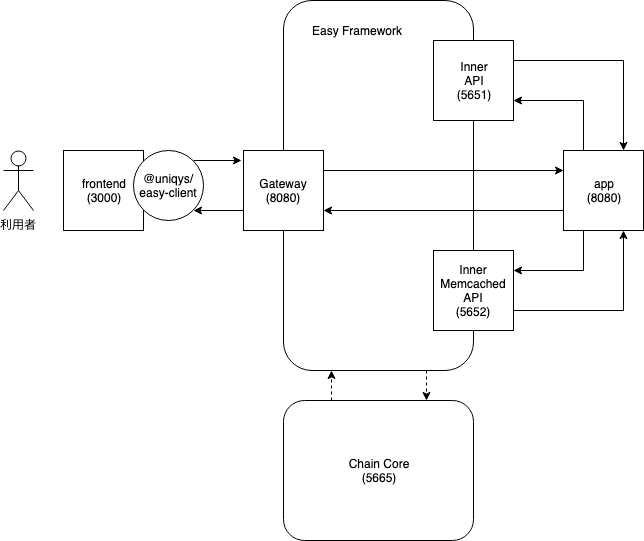
Earlier version of the draw.io export docs/img/Uniqys.png (uniqys/UniqysKitTutorial). Source tidied: cells renumbered, new cells last; positions are measured from the earlier drawing's top-left corner, leaving out a move shared by most shapes.
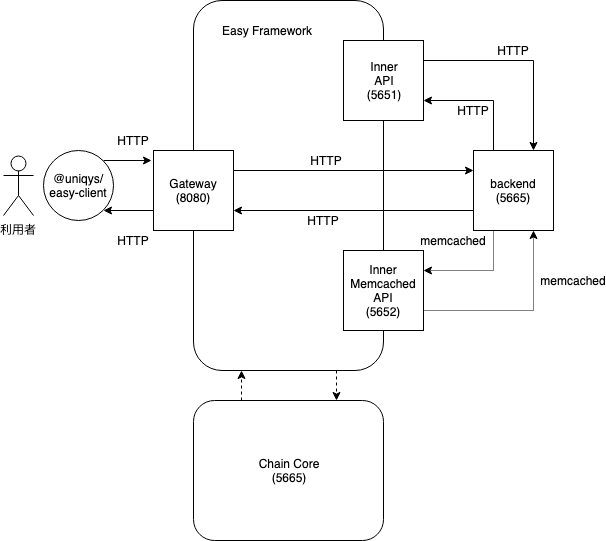
After the change.

What changed in the source:
```diff
@@ -3,11 +3,8 @@
     <mxCell id="0" />
     <mxCell id="1" parent="0" />
     <mxCell id="2" value="利用者" style="shape=umlActor;verticalLabelPosition=bottom;labelBackgroundColor=#ffffff;verticalAlign=top;html=1;" parent="1" vertex="1">
-      <mxGeometry y="150" width="30" height="60" as="geometry" />
+      <mxGeometry x="90" y="155" width="30" height="60" as="geometry" />
     </mxCell>
-    <mxCell id="3" value="frontend&lt;br&gt;(3000)&lt;br&gt;" style="whiteSpace=wrap;html=1;" parent="1" vertex="1">
-      <mxGeometry x="60" y="150" width="80" height="80" as="geometry" />
-    </mxCell>
     <mxCell id="4" style="edgeStyle=orthogonalEdgeStyle;rounded=0;jettySize=auto;html=1;exitX=1;exitY=0;exitDx=0;exitDy=0;entryX=-0.025;entryY=0.125;entryDx=0;entryDy=0;entryPerimeter=0;" parent="1" edge="1" source="5" target="11">
       <mxGeometry relative="1" as="geometry" />
     </mxCell>
@@ -38,7 +35,7 @@
     <mxCell id="13" value="Inner&lt;br&gt;API&lt;br&gt;(5651)&lt;br&gt;" style="whiteSpace=wrap;html=1;" parent="1" vertex="1">
       <mxGeometry x="430" y="40" width="80" height="80" as="geometry" />
     </mxCell>
-    <mxCell id="14" style="edgeStyle=orthogonalEdgeStyle;rounded=0;jettySize=auto;html=1;exitX=1;exitY=0.75;exitDx=0;exitDy=0;entryX=0.75;entryY=1;entryDx=0;entryDy=0;" parent="1" edge="1" source="15" target="19">
+    <mxCell id="14" style="edgeStyle=orthogonalEdgeStyle;rounded=0;jettySize=auto;html=1;exitX=1;exitY=0.75;exitDx=0;exitDy=0;entryX=0.75;entryY=1;entryDx=0;entryDy=0;dashed=1;dashPattern=1 1;" parent="1" edge="1" source="15" target="19">
       <mxGeometry relative="1" as="geometry" />
     </mxCell>
     <mxCell id="15" value="&lt;div&gt;&lt;span&gt;Inner&lt;/span&gt;&lt;/div&gt;&lt;div&gt;&lt;span&gt;Memcached&lt;/span&gt;&lt;/div&gt;&lt;div&gt;&lt;span&gt;API&lt;/span&gt;&lt;/div&gt;&lt;div&gt;&lt;span&gt;(5652)&lt;/span&gt;&lt;/div&gt;" style="whiteSpace=wrap;html=1;" parent="1" vertex="1">
@@ -50,10 +47,10 @@
     <mxCell id="17" style="edgeStyle=orthogonalEdgeStyle;rounded=0;jettySize=auto;html=1;exitX=0.25;exitY=0;exitDx=0;exitDy=0;entryX=1;entryY=0.75;entryDx=0;entryDy=0;" parent="1" edge="1" source="19" target="13">
       <mxGeometry relative="1" as="geometry" />
     </mxCell>
-    <mxCell id="18" style="edgeStyle=orthogonalEdgeStyle;rounded=0;jettySize=auto;html=1;exitX=0.25;exitY=1;exitDx=0;exitDy=0;entryX=1;entryY=0.25;entryDx=0;entryDy=0;" parent="1" edge="1" source="19" target="15">
+    <mxCell id="18" style="edgeStyle=orthogonalEdgeStyle;rounded=0;jettySize=auto;html=1;exitX=0.25;exitY=1;exitDx=0;exitDy=0;entryX=1;entryY=0.25;entryDx=0;entryDy=0;dashed=1;dashPattern=1 1;" parent="1" edge="1" source="19" target="15">
       <mxGeometry relative="1" as="geometry" />
     </mxCell>
-    <mxCell id="19" value="app&lt;br&gt;(8080)&lt;br&gt;" style="whiteSpace=wrap;html=1;" parent="1" vertex="1">
+    <mxCell id="19" value="backend&lt;br&gt;(5665)&lt;br&gt;" style="whiteSpace=wrap;html=1;" parent="1" vertex="1">
       <mxGeometry x="560" y="150" width="80" height="80" as="geometry" />
     </mxCell>
     <mxCell id="20" style="edgeStyle=orthogonalEdgeStyle;rounded=0;jettySize=auto;html=1;exitX=0.25;exitY=0;exitDx=0;exitDy=0;entryX=0.25;entryY=1;entryDx=0;entryDy=0;dashed=1;" parent="1" edge="1" source="21" target="7">
@@ -62,5 +59,29 @@
     <mxCell id="21" value="Chain Core&lt;br&gt;(5665)&lt;br&gt;" style="rounded=1;whiteSpace=wrap;html=1;" parent="1" vertex="1">
       <mxGeometry x="280" y="400" width="190" height="140" as="geometry" />
     </mxCell>
+    <mxCell id="22" value="HTTP" style="text;html=1;strokeColor=none;fillColor=none;align=center;verticalAlign=middle;whiteSpace=wrap;rounded=0;" parent="1" vertex="1">
+      <mxGeometry x="200" y="130" width="40" height="20" as="geometry" />
+    </mxCell>
+    <mxCell id="23" value="HTTP" style="text;html=1;strokeColor=none;fillColor=none;align=center;verticalAlign=middle;whiteSpace=wrap;rounded=0;" parent="1" vertex="1">
+      <mxGeometry x="200" y="230" width="40" height="20" as="geometry" />
+    </mxCell>
+    <mxCell id="24" value="HTTP" style="text;html=1;strokeColor=none;fillColor=none;align=center;verticalAlign=middle;whiteSpace=wrap;rounded=0;" parent="1" vertex="1">
+      <mxGeometry x="393" y="150" width="40" height="20" as="geometry" />
+    </mxCell>
+    <mxCell id="25" value="HTTP" style="text;html=1;strokeColor=none;fillColor=none;align=center;verticalAlign=middle;whiteSpace=wrap;rounded=0;" parent="1" vertex="1">
+      <mxGeometry x="390" y="210" width="40" height="20" as="geometry" />
+    </mxCell>
+    <mxCell id="26" value="HTTP" style="text;html=1;strokeColor=none;fillColor=none;align=center;verticalAlign=middle;whiteSpace=wrap;rounded=0;" parent="1" vertex="1">
+      <mxGeometry x="540" y="100" width="40" height="20" as="geometry" />
+    </mxCell>
+    <mxCell id="27" value="HTTP" style="text;html=1;strokeColor=none;fillColor=none;align=center;verticalAlign=middle;whiteSpace=wrap;rounded=0;" parent="1" vertex="1">
+      <mxGeometry x="580" y="40" width="40" height="20" as="geometry" />
+    </mxCell>
+    <mxCell id="28" value="memcached" style="text;html=1;strokeColor=none;fillColor=none;align=center;verticalAlign=middle;whiteSpace=wrap;rounded=0;" parent="1" vertex="1">
+      <mxGeometry x="640" y="270" width="40" height="20" as="geometry" />
+    </mxCell>
+    <mxCell id="29" value="memcached" style="text;html=1;strokeColor=none;fillColor=none;align=center;verticalAlign=middle;whiteSpace=wrap;rounded=0;" parent="1" vertex="1">
+      <mxGeometry x="520" y="230" width="40" height="20" as="geometry" />
+    </mxCell>
   </root>
 </mxGraphModel>
```
